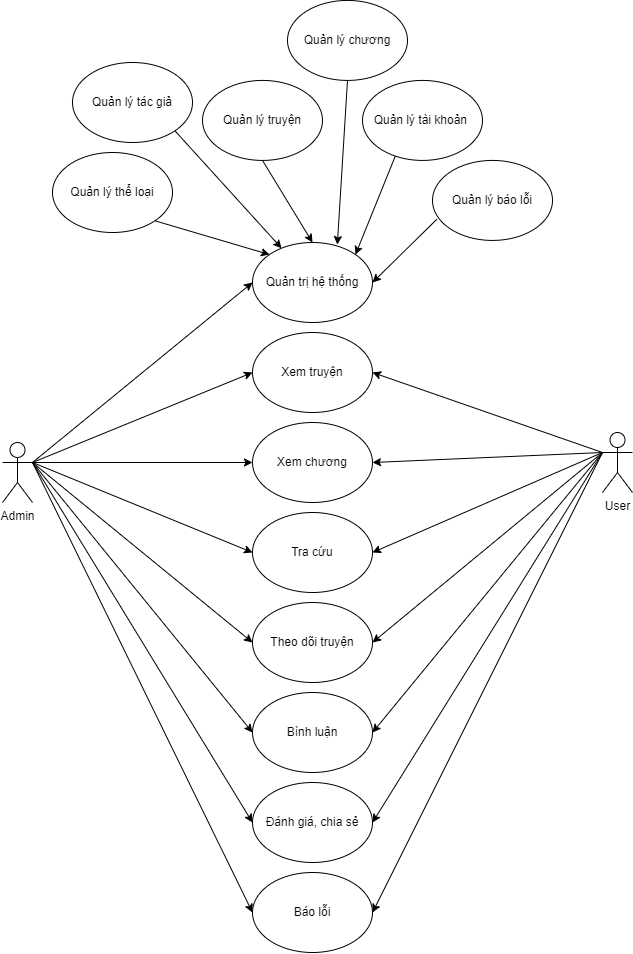
kdg2k2/kdg_truyen keeps this draw.io diagram as .Baocao/UC/Tổng quát.drawio.png. Above is the earlier version. Source tidied: cells renumbered, new cells last; positions are measured from the earlier drawing's top-left corner, leaving out a move shared by most shapes. Source of this version:
```xml
<mxGraphModel>
  <root>
    <mxCell id="0" />
    <mxCell id="1" parent="0" />
    <mxCell id="2" style="edgeStyle=none;html=1;exitX=1;exitY=0.3333333333333333;exitDx=0;exitDy=0;exitPerimeter=0;entryX=0;entryY=0.5;entryDx=0;entryDy=0;" parent="1" edge="1" source="10" target="23">
      <mxGeometry relative="1" as="geometry" />
    </mxCell>
    <mxCell id="3" style="edgeStyle=none;html=1;exitX=1;exitY=0.3333333333333333;exitDx=0;exitDy=0;exitPerimeter=0;entryX=0;entryY=0.5;entryDx=0;entryDy=0;" parent="1" edge="1" source="10" target="24">
      <mxGeometry relative="1" as="geometry" />
    </mxCell>
    <mxCell id="4" style="edgeStyle=none;html=1;exitX=1;exitY=0.3333333333333333;exitDx=0;exitDy=0;exitPerimeter=0;entryX=0;entryY=0.5;entryDx=0;entryDy=0;" parent="1" edge="1" source="10" target="25">
      <mxGeometry relative="1" as="geometry" />
    </mxCell>
    <mxCell id="5" style="edgeStyle=none;html=1;exitX=1;exitY=0.3333333333333333;exitDx=0;exitDy=0;exitPerimeter=0;entryX=0;entryY=0.5;entryDx=0;entryDy=0;" parent="1" edge="1" source="10" target="26">
      <mxGeometry relative="1" as="geometry" />
    </mxCell>
    <mxCell id="6" style="edgeStyle=none;html=1;exitX=1;exitY=0.3333333333333333;exitDx=0;exitDy=0;exitPerimeter=0;entryX=0;entryY=0.5;entryDx=0;entryDy=0;" parent="1" edge="1" source="10" target="27">
      <mxGeometry relative="1" as="geometry" />
    </mxCell>
    <mxCell id="7" style="edgeStyle=none;html=1;exitX=1;exitY=0.3333333333333333;exitDx=0;exitDy=0;exitPerimeter=0;entryX=0;entryY=0.5;entryDx=0;entryDy=0;" parent="1" edge="1" source="10" target="28">
      <mxGeometry relative="1" as="geometry" />
    </mxCell>
    <mxCell id="8" style="edgeStyle=none;html=1;exitX=1;exitY=0.3333333333333333;exitDx=0;exitDy=0;exitPerimeter=0;entryX=0;entryY=0.5;entryDx=0;entryDy=0;" parent="1" edge="1" source="10" target="35">
      <mxGeometry relative="1" as="geometry" />
    </mxCell>
    <mxCell id="9" style="edgeStyle=none;html=1;exitX=1;exitY=0.3333333333333333;exitDx=0;exitDy=0;exitPerimeter=0;entryX=0;entryY=0.5;entryDx=0;entryDy=0;" parent="1" edge="1" source="10" target="36">
      <mxGeometry relative="1" as="geometry" />
    </mxCell>
    <mxCell id="10" value="Admin" style="shape=umlActor;verticalLabelPosition=bottom;verticalAlign=top;html=1;" parent="1" vertex="1">
      <mxGeometry y="442" width="30" height="60" as="geometry" />
    </mxCell>
    <mxCell id="11" style="edgeStyle=none;html=1;exitX=0;exitY=0.3333333333333333;exitDx=0;exitDy=0;exitPerimeter=0;entryX=1;entryY=0.5;entryDx=0;entryDy=0;" parent="1" edge="1" source="18" target="24">
      <mxGeometry relative="1" as="geometry" />
    </mxCell>
    <mxCell id="12" style="edgeStyle=none;html=1;exitX=0;exitY=0.3333333333333333;exitDx=0;exitDy=0;exitPerimeter=0;entryX=1;entryY=0.5;entryDx=0;entryDy=0;" parent="1" edge="1" source="18" target="25">
      <mxGeometry relative="1" as="geometry" />
    </mxCell>
    <mxCell id="13" style="edgeStyle=none;html=1;exitX=0;exitY=0.3333333333333333;exitDx=0;exitDy=0;exitPerimeter=0;entryX=1;entryY=0.5;entryDx=0;entryDy=0;" parent="1" edge="1" source="18" target="26">
      <mxGeometry relative="1" as="geometry" />
    </mxCell>
    <mxCell id="14" style="edgeStyle=none;html=1;exitX=0;exitY=0.3333333333333333;exitDx=0;exitDy=0;exitPerimeter=0;entryX=1;entryY=0.5;entryDx=0;entryDy=0;" parent="1" edge="1" source="18" target="27">
      <mxGeometry relative="1" as="geometry" />
    </mxCell>
    <mxCell id="15" style="edgeStyle=none;html=1;exitX=0;exitY=0.3333333333333333;exitDx=0;exitDy=0;exitPerimeter=0;entryX=1;entryY=0.5;entryDx=0;entryDy=0;" parent="1" edge="1" source="18" target="28">
      <mxGeometry relative="1" as="geometry" />
    </mxCell>
    <mxCell id="16" style="edgeStyle=none;html=1;exitX=0;exitY=0.3333333333333333;exitDx=0;exitDy=0;exitPerimeter=0;entryX=1;entryY=0.5;entryDx=0;entryDy=0;" parent="1" edge="1" source="18" target="35">
      <mxGeometry relative="1" as="geometry" />
    </mxCell>
    <mxCell id="17" style="edgeStyle=none;html=1;exitX=0;exitY=0.3333333333333333;exitDx=0;exitDy=0;exitPerimeter=0;entryX=1;entryY=0.5;entryDx=0;entryDy=0;" parent="1" edge="1" source="18" target="36">
      <mxGeometry relative="1" as="geometry" />
    </mxCell>
    <mxCell id="18" value="User" style="shape=umlActor;verticalLabelPosition=bottom;verticalAlign=top;html=1;" parent="1" vertex="1">
      <mxGeometry x="600" y="432" width="30" height="60" as="geometry" />
    </mxCell>
    <mxCell id="19" style="edgeStyle=none;html=1;exitX=1;exitY=1;exitDx=0;exitDy=0;entryX=0;entryY=0;entryDx=0;entryDy=0;" parent="1" edge="1" source="20" target="23">
      <mxGeometry relative="1" as="geometry" />
    </mxCell>
    <mxCell id="20" value="Quản lý thể loại" style="ellipse;whiteSpace=wrap;html=1;" parent="1" vertex="1">
      <mxGeometry x="50" y="152" width="120" height="80" as="geometry" />
    </mxCell>
    <mxCell id="21" style="edgeStyle=none;html=1;exitX=1;exitY=1;exitDx=0;exitDy=0;" parent="1" edge="1" source="22" target="23">
      <mxGeometry relative="1" as="geometry" />
    </mxCell>
    <mxCell id="22" value="Quản lý tác giả" style="ellipse;whiteSpace=wrap;html=1;" parent="1" vertex="1">
      <mxGeometry x="70" y="62" width="120" height="80" as="geometry" />
    </mxCell>
    <mxCell id="23" value="Quản trị hệ thống" style="ellipse;whiteSpace=wrap;html=1;" parent="1" vertex="1">
      <mxGeometry x="250" y="242" width="120" height="80" as="geometry" />
    </mxCell>
    <mxCell id="24" value="Xem truyện" style="ellipse;whiteSpace=wrap;html=1;" parent="1" vertex="1">
      <mxGeometry x="250" y="332" width="120" height="80" as="geometry" />
    </mxCell>
    <mxCell id="25" value="Xem chương" style="ellipse;whiteSpace=wrap;html=1;" parent="1" vertex="1">
      <mxGeometry x="250" y="422" width="120" height="80" as="geometry" />
    </mxCell>
    <mxCell id="26" value="Tra cứu" style="ellipse;whiteSpace=wrap;html=1;" parent="1" vertex="1">
      <mxGeometry x="250" y="512" width="120" height="80" as="geometry" />
    </mxCell>
    <mxCell id="27" value="Theo dõi truyện" style="ellipse;whiteSpace=wrap;html=1;" parent="1" vertex="1">
      <mxGeometry x="250" y="602" width="120" height="80" as="geometry" />
    </mxCell>
    <mxCell id="28" value="Bình luận" style="ellipse;whiteSpace=wrap;html=1;" parent="1" vertex="1">
      <mxGeometry x="250" y="692" width="120" height="80" as="geometry" />
    </mxCell>
    <mxCell id="29" style="edgeStyle=none;html=1;exitX=0.5;exitY=1;exitDx=0;exitDy=0;entryX=0.5;entryY=0;entryDx=0;entryDy=0;" parent="1" edge="1" source="30" target="23">
      <mxGeometry relative="1" as="geometry" />
    </mxCell>
    <mxCell id="30" value="Quản lý truyện" style="ellipse;whiteSpace=wrap;html=1;" parent="1" vertex="1">
      <mxGeometry x="200" y="79.9" width="120" height="80" as="geometry" />
    </mxCell>
    <mxCell id="31" style="edgeStyle=none;html=1;exitX=0.5;exitY=1;exitDx=0;exitDy=0;entryX=0.707;entryY=0.026;entryDx=0;entryDy=0;entryPerimeter=0;" parent="1" edge="1" source="32" target="23">
      <mxGeometry relative="1" as="geometry" />
    </mxCell>
    <mxCell id="32" value="Quản lý chương" style="ellipse;whiteSpace=wrap;html=1;" parent="1" vertex="1">
      <mxGeometry x="285" y="-0.1" width="120" height="80" as="geometry" />
    </mxCell>
    <mxCell id="33" style="edgeStyle=none;html=1;exitX=0.275;exitY=0.94;exitDx=0;exitDy=0;entryX=1;entryY=0;entryDx=0;entryDy=0;exitPerimeter=0;" parent="1" edge="1" source="34" target="23">
      <mxGeometry relative="1" as="geometry" />
    </mxCell>
    <mxCell id="34" value="Quản lý tài khoản&amp;nbsp;" style="ellipse;whiteSpace=wrap;html=1;" parent="1" vertex="1">
      <mxGeometry x="360" y="79.9" width="120" height="80" as="geometry" />
    </mxCell>
    <mxCell id="35" value="Đánh giá, chia sẻ" style="ellipse;whiteSpace=wrap;html=1;" parent="1" vertex="1">
      <mxGeometry x="250" y="782" width="120" height="80" as="geometry" />
    </mxCell>
    <mxCell id="36" value="Báo lỗi" style="ellipse;whiteSpace=wrap;html=1;" parent="1" vertex="1">
      <mxGeometry x="250" y="872" width="120" height="80" as="geometry" />
    </mxCell>
    <mxCell id="37" style="edgeStyle=none;html=1;exitX=0.036;exitY=0.736;exitDx=0;exitDy=0;entryX=1;entryY=0.5;entryDx=0;entryDy=0;exitPerimeter=0;" parent="1" edge="1" source="38" target="23">
      <mxGeometry relative="1" as="geometry" />
    </mxCell>
    <mxCell id="38" value="Quản lý báo lỗi" style="ellipse;whiteSpace=wrap;html=1;" parent="1" vertex="1">
      <mxGeometry x="430" y="159.9" width="120" height="80" as="geometry" />
    </mxCell>
  </root>
</mxGraphModel>
```
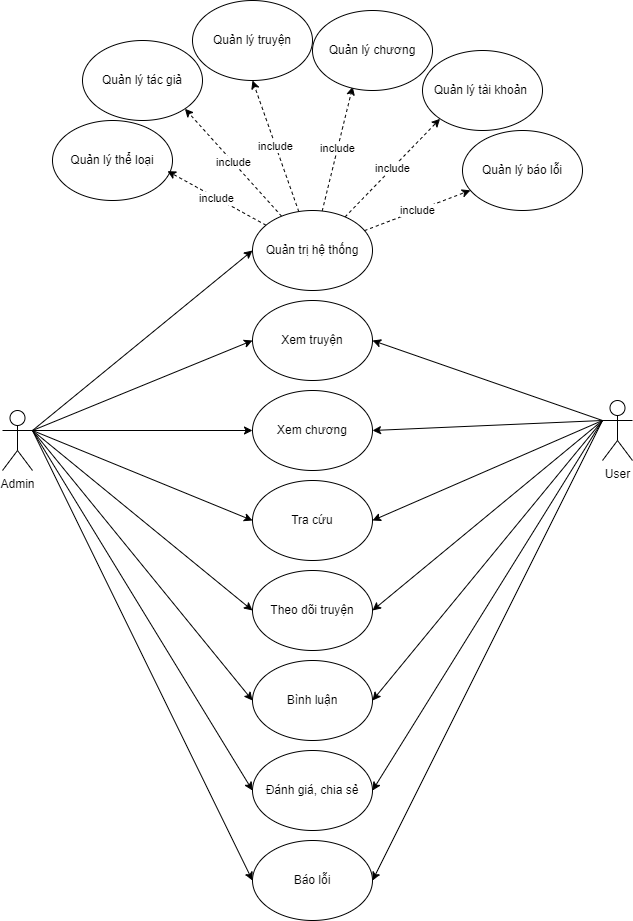
The same file after the commit.

Change to the diagram source:
```diff
@@ -53,18 +53,30 @@
     <mxCell id="18" value="User" style="shape=umlActor;verticalLabelPosition=bottom;verticalAlign=top;html=1;" parent="1" vertex="1">
       <mxGeometry x="600" y="432" width="30" height="60" as="geometry" />
     </mxCell>
-    <mxCell id="19" style="edgeStyle=none;html=1;exitX=1;exitY=1;exitDx=0;exitDy=0;entryX=0;entryY=0;entryDx=0;entryDy=0;" parent="1" edge="1" source="20" target="23">
-      <mxGeometry relative="1" as="geometry" />
-    </mxCell>
     <mxCell id="20" value="Quản lý thể loại" style="ellipse;whiteSpace=wrap;html=1;" parent="1" vertex="1">
       <mxGeometry x="50" y="152" width="120" height="80" as="geometry" />
     </mxCell>
-    <mxCell id="21" style="edgeStyle=none;html=1;exitX=1;exitY=1;exitDx=0;exitDy=0;" parent="1" edge="1" source="22" target="23">
-      <mxGeometry relative="1" as="geometry" />
-    </mxCell>
     <mxCell id="22" value="Quản lý tác giả" style="ellipse;whiteSpace=wrap;html=1;" parent="1" vertex="1">
-      <mxGeometry x="70" y="62" width="120" height="80" as="geometry" />
+      <mxGeometry x="80" y="72" width="120" height="80" as="geometry" />
     </mxCell>
+    <mxCell id="39" value="include" style="edgeStyle=none;html=1;entryX=0.5;entryY=1;entryDx=0;entryDy=0;dashed=1;" parent="1" edge="1" source="23" target="30">
+      <mxGeometry relative="1" as="geometry" />
+    </mxCell>
+    <mxCell id="40" value="include" style="edgeStyle=none;html=1;entryX=0.335;entryY=0.952;entryDx=0;entryDy=0;entryPerimeter=0;dashed=1;" parent="1" edge="1" source="23" target="32">
+      <mxGeometry relative="1" as="geometry" />
+    </mxCell>
+    <mxCell id="41" value="include" style="edgeStyle=none;html=1;entryX=0;entryY=1;entryDx=0;entryDy=0;dashed=1;" parent="1" edge="1" source="23" target="34">
+      <mxGeometry relative="1" as="geometry" />
+    </mxCell>
+    <mxCell id="42" value="include" style="edgeStyle=none;html=1;dashed=1;" parent="1" edge="1" source="23" target="38">
+      <mxGeometry relative="1" as="geometry" />
+    </mxCell>
+    <mxCell id="43" value="include" style="edgeStyle=none;html=1;entryX=1;entryY=1;entryDx=0;entryDy=0;dashed=1;" parent="1" edge="1" source="23" target="22">
+      <mxGeometry relative="1" as="geometry" />
+    </mxCell>
+    <mxCell id="44" value="include" style="edgeStyle=none;html=1;entryX=0.958;entryY=0.633;entryDx=0;entryDy=0;entryPerimeter=0;dashed=1;" parent="1" edge="1" source="23" target="20">
+      <mxGeometry relative="1" as="geometry" />
+    </mxCell>
     <mxCell id="23" value="Quản trị hệ thống" style="ellipse;whiteSpace=wrap;html=1;" parent="1" vertex="1">
       <mxGeometry x="250" y="242" width="120" height="80" as="geometry" />
     </mxCell>
@@ -83,23 +95,14 @@
     <mxCell id="28" value="Bình luận" style="ellipse;whiteSpace=wrap;html=1;" parent="1" vertex="1">
       <mxGeometry x="250" y="692" width="120" height="80" as="geometry" />
     </mxCell>
-    <mxCell id="29" style="edgeStyle=none;html=1;exitX=0.5;exitY=1;exitDx=0;exitDy=0;entryX=0.5;entryY=0;entryDx=0;entryDy=0;" parent="1" edge="1" source="30" target="23">
-      <mxGeometry relative="1" as="geometry" />
-    </mxCell>
     <mxCell id="30" value="Quản lý truyện" style="ellipse;whiteSpace=wrap;html=1;" parent="1" vertex="1">
-      <mxGeometry x="200" y="79.9" width="120" height="80" as="geometry" />
+      <mxGeometry x="190" y="32" width="120" height="80" as="geometry" />
     </mxCell>
-    <mxCell id="31" style="edgeStyle=none;html=1;exitX=0.5;exitY=1;exitDx=0;exitDy=0;entryX=0.707;entryY=0.026;entryDx=0;entryDy=0;entryPerimeter=0;" parent="1" edge="1" source="32" target="23">
-      <mxGeometry relative="1" as="geometry" />
-    </mxCell>
     <mxCell id="32" value="Quản lý chương" style="ellipse;whiteSpace=wrap;html=1;" parent="1" vertex="1">
-      <mxGeometry x="285" y="-0.1" width="120" height="80" as="geometry" />
+      <mxGeometry x="310" y="42" width="120" height="80" as="geometry" />
     </mxCell>
-    <mxCell id="33" style="edgeStyle=none;html=1;exitX=0.275;exitY=0.94;exitDx=0;exitDy=0;entryX=1;entryY=0;entryDx=0;entryDy=0;exitPerimeter=0;" parent="1" edge="1" source="34" target="23">
-      <mxGeometry relative="1" as="geometry" />
-    </mxCell>
     <mxCell id="34" value="Quản lý tài khoản&amp;nbsp;" style="ellipse;whiteSpace=wrap;html=1;" parent="1" vertex="1">
-      <mxGeometry x="360" y="79.9" width="120" height="80" as="geometry" />
+      <mxGeometry x="420" y="82" width="120" height="80" as="geometry" />
     </mxCell>
     <mxCell id="35" value="Đánh giá, chia sẻ" style="ellipse;whiteSpace=wrap;html=1;" parent="1" vertex="1">
       <mxGeometry x="250" y="782" width="120" height="80" as="geometry" />
@@ -107,11 +110,8 @@
     <mxCell id="36" value="Báo lỗi" style="ellipse;whiteSpace=wrap;html=1;" parent="1" vertex="1">
       <mxGeometry x="250" y="872" width="120" height="80" as="geometry" />
     </mxCell>
-    <mxCell id="37" style="edgeStyle=none;html=1;exitX=0.036;exitY=0.736;exitDx=0;exitDy=0;entryX=1;entryY=0.5;entryDx=0;entryDy=0;exitPerimeter=0;" parent="1" edge="1" source="38" target="23">
-      <mxGeometry relative="1" as="geometry" />
-    </mxCell>
     <mxCell id="38" value="Quản lý báo lỗi" style="ellipse;whiteSpace=wrap;html=1;" parent="1" vertex="1">
-      <mxGeometry x="430" y="159.9" width="120" height="80" as="geometry" />
+      <mxGeometry x="460" y="162" width="120" height="80" as="geometry" />
     </mxCell>
   </root>
 </mxGraphModel>
```
